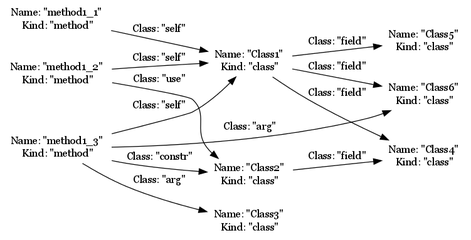
Earlier version of the Graphviz export archval/thesis/graphs/demeter_graph.png (macekond/ismath). Its source is kept beside it as archval/thesis/graphs/demeter_graph.dot.
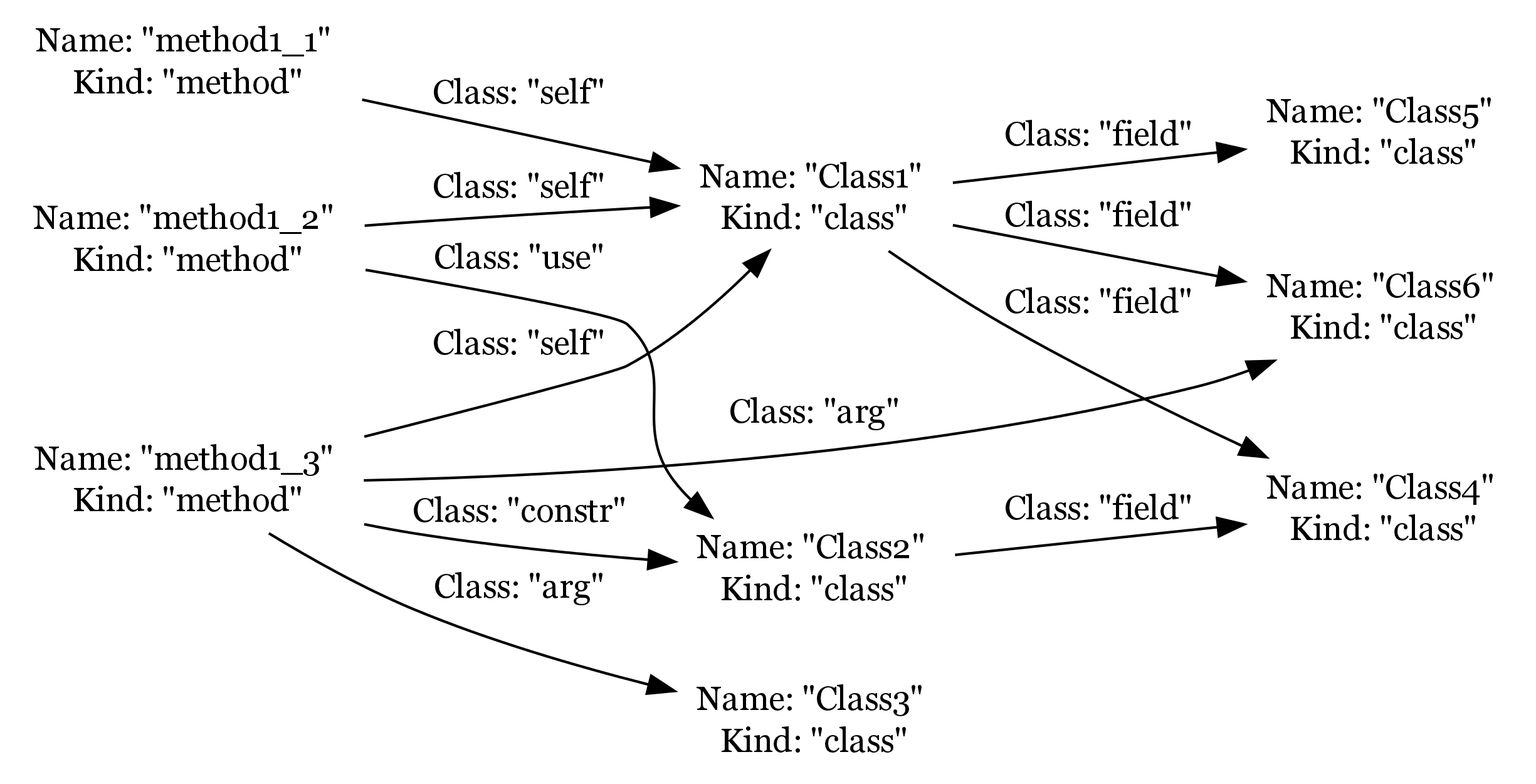
After the commit.

Change to the diagram source:
```diff
@@ -1,6 +1,6 @@
 digraph GraphExample {
 
-    graph[rankdir=LR,dpi=92];
+    graph[rankdir=LR,dpi=300];
     node[shape=plaintext,fontsize=13,fontname=Georgia];
     edge[fontsize=13,fontname=Georgia];
 
```
